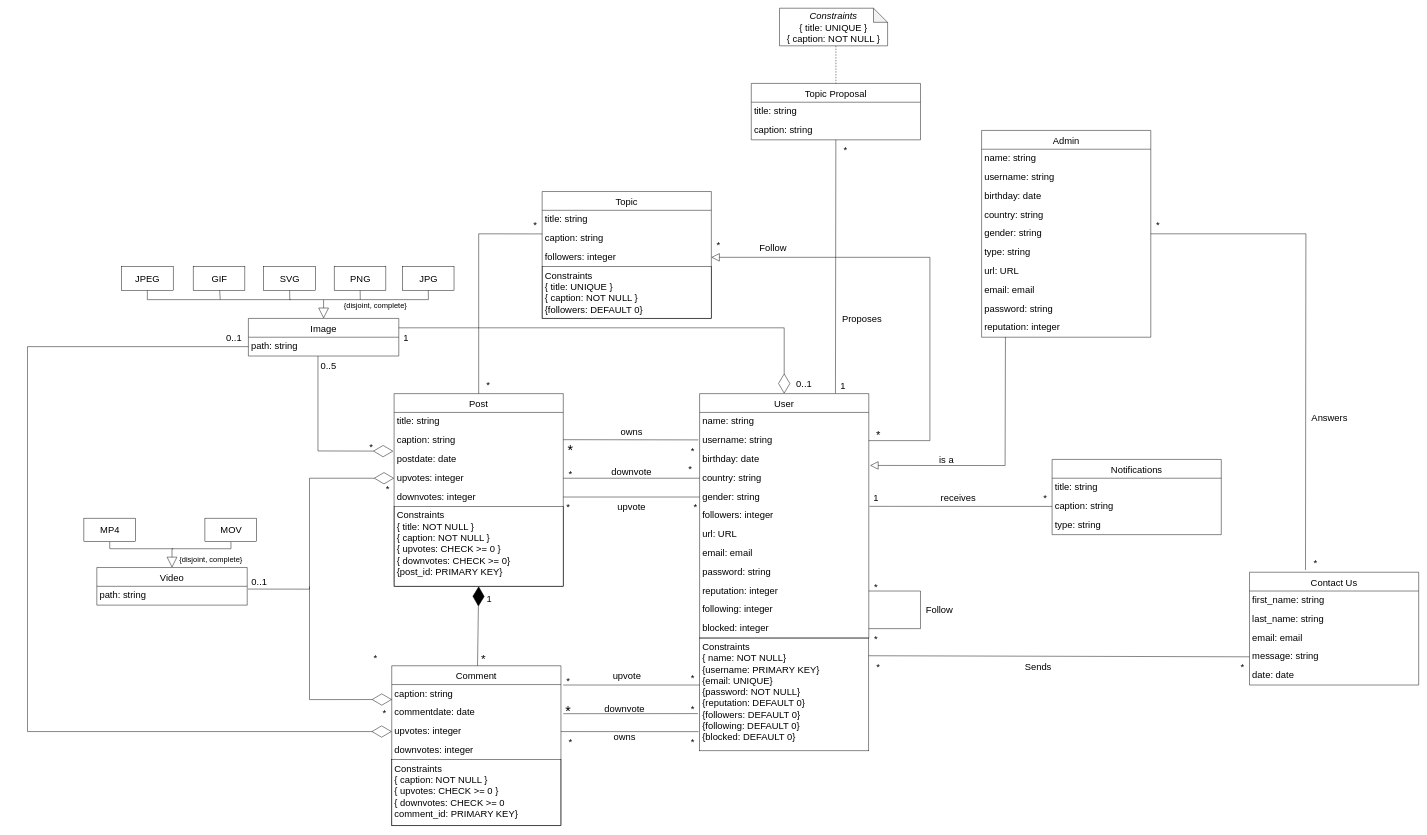
Before: UML.drawio in gcsam11/LBAWProject, a draw.io diagram. Source tidied: cells renumbered, new cells numbered last; positions are measured from the earlier drawing's top-left corner, leaving out a move shared by most shapes. Both pictures are drawn from the tidied source at 47%, with x=0, y=0 at pixel (27, 8).
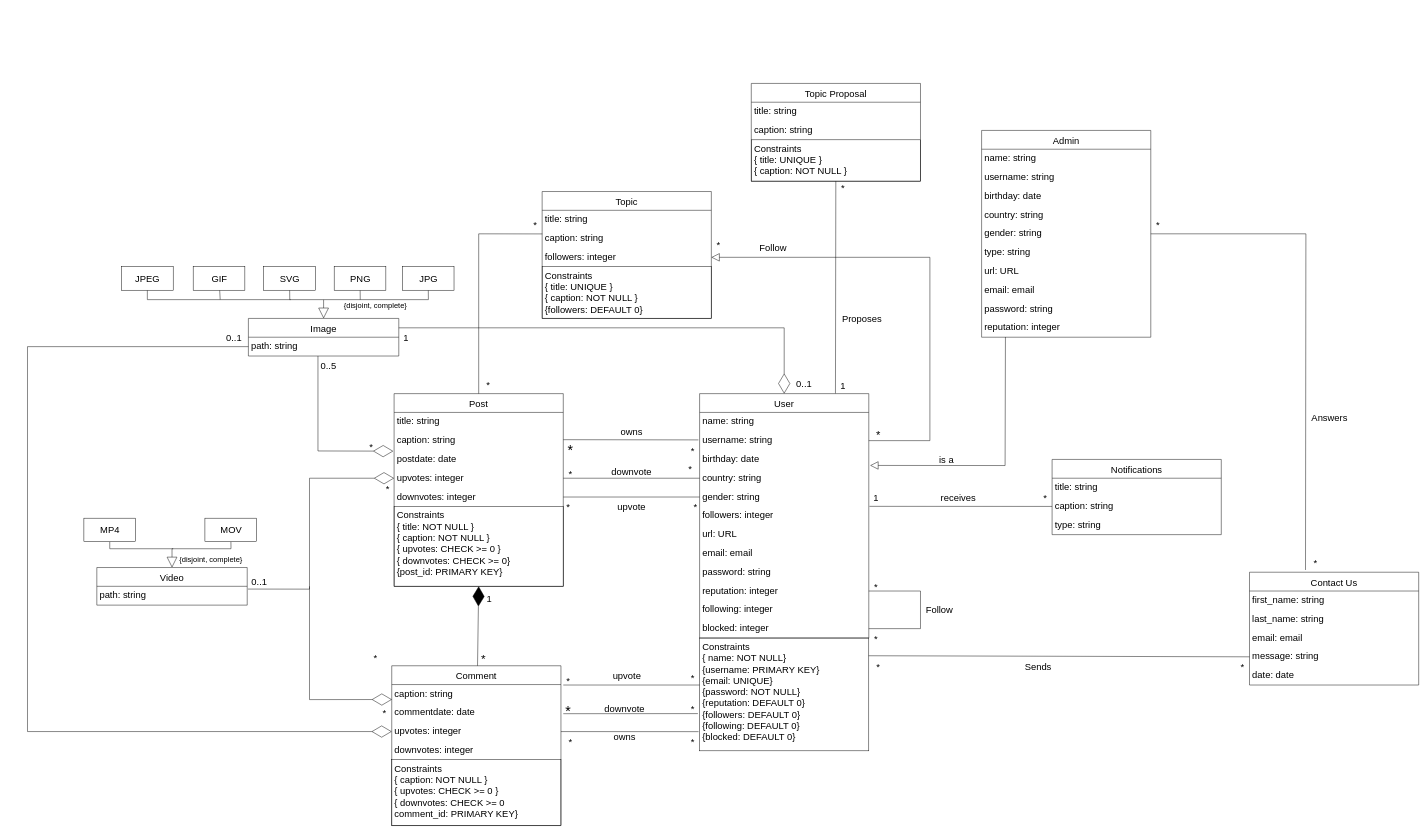
After the change.

Diff of the diagram source:
```diff
@@
-    <mxCell id="98" value="Topic Proposal" style="swimlane;fontStyle=0;horizontal=1;startSize=40;fillColor=none;fontSize=20;" parent="1" vertex="1">
-      <mxGeometry x="1540" y="160" width="360" height="120" as="geometry" />
+    <mxCell id="98" value="Topic Proposal" style="swimlane;fontStyle=0;horizontal=1;startSize=40;fillColor=none;fontSize=20;strokeColor=default;" parent="1" vertex="1">
+      <mxGeometry x="1540" y="160" width="360" height="208" as="geometry" />
     </mxCell>
@@
+    <mxCell id="127" value="Constraints&#10;{ title: UNIQUE }&#10;{ caption: NOT NULL }" style="text;strokeColor=default;fillColor=none;align=left;verticalAlign=top;spacingLeft=4;spacingRight=4;overflow=hidden;fontSize=20;" parent="98" vertex="1">
+      <mxGeometry y="120" width="360" height="88" as="geometry" />
+    </mxCell>
     <mxCell id="101" value="*" style="text;html=1;align=center;verticalAlign=middle;strokeColor=none;fillColor=none;fontSize=20;" parent="1" vertex="1">
-      <mxGeometry x="1725" y="280" width="30" height="40" as="geometry" />
+      <mxGeometry x="1720" y="362" width="30" height="40" as="geometry" />
     </mxCell>
@@
-    <mxCell id="125" style="edgeStyle=none;html=1;endArrow=none;endFill=0;dashed=1;entryX=0.5;entryY=0;entryDx=0;entryDy=0;" parent="1" edge="1" target="98">
-      <mxGeometry relative="1" as="geometry">
-        <mxPoint x="1720" y="80" as="sourcePoint" />
-      </mxGeometry>
-    </mxCell>
@@
-    <mxCell id="127" value="&lt;font style=&quot;font-size: 20px;&quot;&gt;&lt;i&gt;Constraints&lt;/i&gt;&lt;br&gt;{ title: UNIQUE }&lt;br&gt;{ caption: NOT NULL }&lt;br&gt;&lt;/font&gt;" style="shape=note;whiteSpace=wrap;html=1;backgroundOutline=1;darkOpacity=0.05;fontSize=16;align=center;" parent="1" vertex="1">
-      <mxGeometry x="1600" width="230" height="80" as="geometry" />
-    </mxCell>
```
